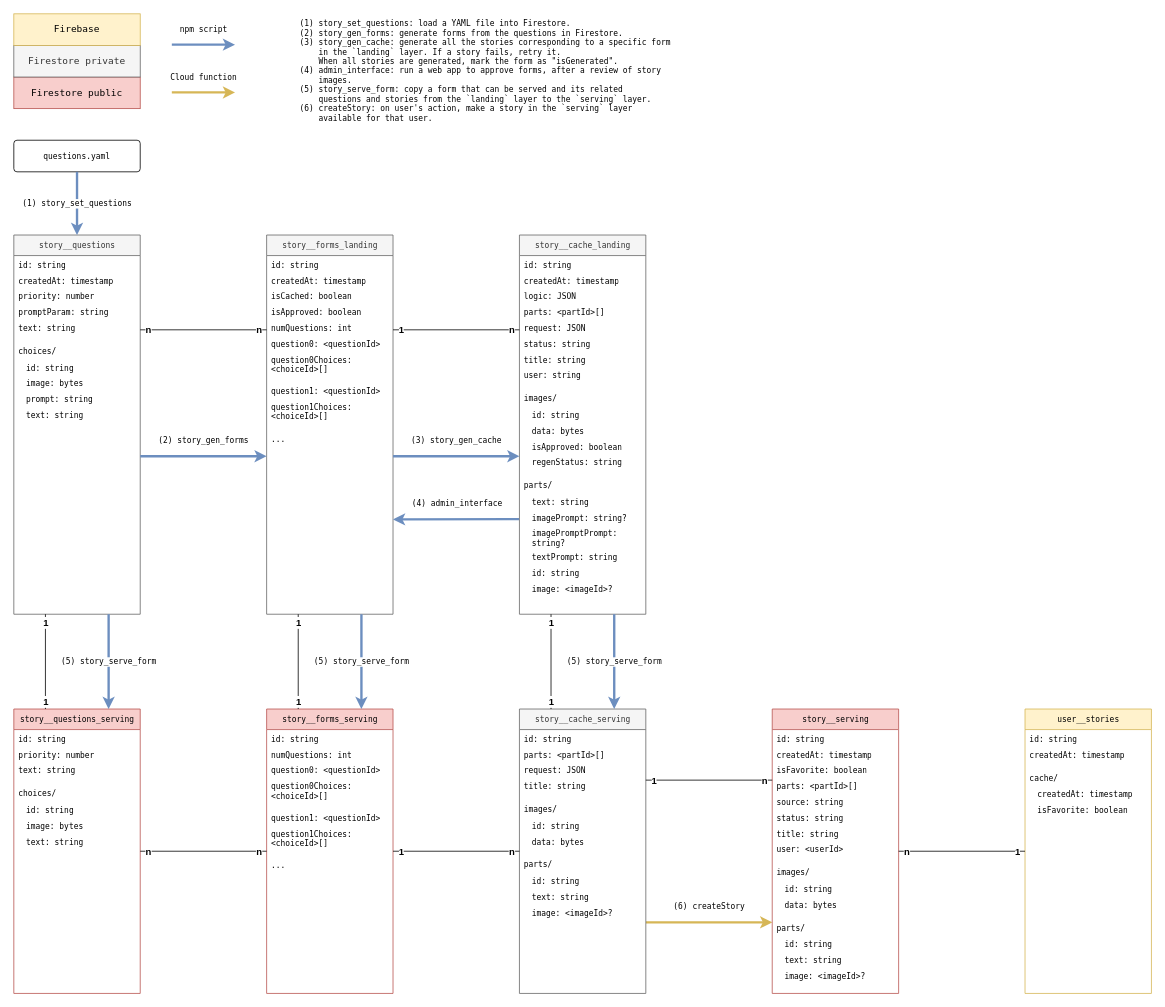
Before: doc/data_flow.drawio in AceZz/bedtime-writer, a draw.io diagram. Source tidied: cells renumbered, new cells numbered last; positions are measured from the earlier drawing's top-left corner, leaving out a move shared by most shapes. Both pictures are drawn from the tidied source at 79%, with x=0, y=0 at pixel (13, 13).
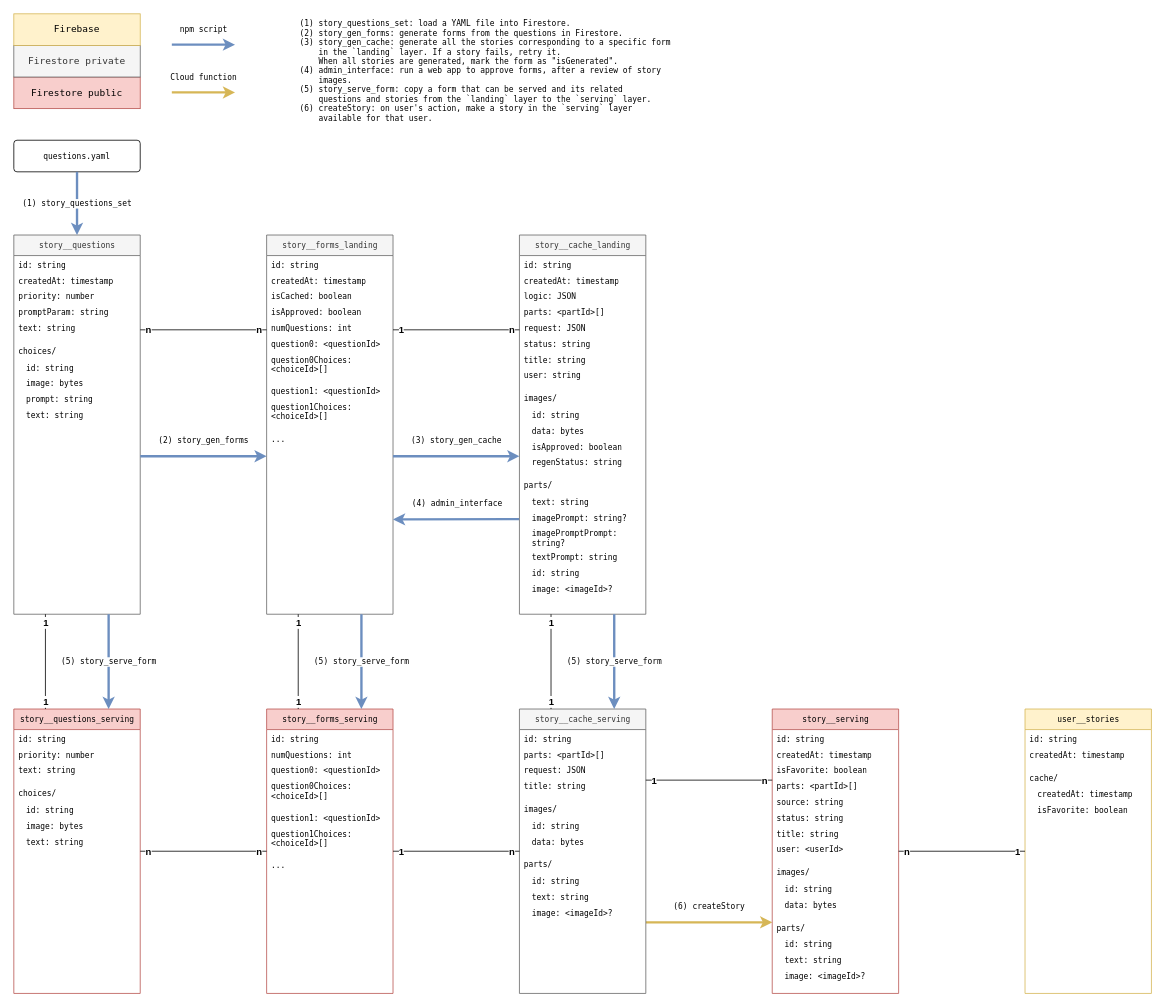
Above is the later version.

Commit message (it also covers changes not shown here):
refactor(backend): rename story_set_questions

The change refers to these unchanged cells:
```xml
<mxCell id="2" value="story__questions" style="swimlane;html=1;fontStyle=0;horizontal=1;startSize=26;swimlaneFillColor=#ffffff;rounded=0;shadow=0;comic=0;labelBackgroundColor=none;strokeWidth=1;fontFamily=Lucida Console;fontSize=10;align=center;fillColor=#f5f5f5;strokeColor=#666666;swimlaneLine=1;glass=0;fontColor=#333333;" parent="1" vertex="1">
  <mxGeometry y="280" width="160" height="480" as="geometry" />
</mxCell>
<mxCell id="112" value="questions.yaml" style="rounded=1;arcSize=10;whiteSpace=wrap;html=1;align=center;fontFamily=Lucida Console;fontSize=10;" parent="1" vertex="1">
  <mxGeometry y="160" width="160" height="40" as="geometry" />
</mxCell>
```

Diff of the diagram source:
```diff
@@
-    <mxCell id="113" value="(1) story_set_questions" style="endArrow=classic;html=1;rounded=0;endFill=1;fontFamily=Lucida Console;fontSize=10;strokeWidth=3;fillColor=#dae8fc;strokeColor=#6c8ebf;" parent="1" edge="1" source="112" target="2">
+    <mxCell id="113" value="(1) story_questions_set" style="endArrow=classic;html=1;rounded=0;endFill=1;fontFamily=Lucida Console;fontSize=10;strokeWidth=3;fillColor=#dae8fc;strokeColor=#6c8ebf;" parent="1" edge="1" source="112" target="2">
       <mxGeometry relative="1" as="geometry" />
     </mxCell>
@@
-    <mxCell id="127" value="(1) story_set_questions: load a YAML file into Firestore.&lt;br&gt;(2) story_gen_forms: generate forms from the questions in Firestore.&lt;br&gt;(3) story_gen_cache: generate all the stories corresponding to a specific form&lt;br&gt;&amp;nbsp; &amp;nbsp; in the `landing` layer. If a story fails, retry it.&lt;br&gt;&amp;nbsp;&amp;nbsp;&amp;nbsp; When all stories are generated, mark the form as &quot;isGenerated&quot;.&lt;br&gt;(4) admin_interface: run a web app to approve forms, after a review of story &lt;br&gt;&amp;nbsp; &amp;nbsp; images.&lt;br&gt;(5) story_serve_form: copy a form that can be served and its related&lt;br&gt;&amp;nbsp;&amp;nbsp;&amp;nbsp; questions and stories from the `landing` layer to the `serving` layer.&lt;br&gt;&lt;div&gt;(6) createStory: on user's action, make a story in the `serving` layer&lt;/div&gt;&lt;div&gt;&amp;nbsp;&amp;nbsp;&amp;nbsp; available for that user.&lt;/div&gt;" style="text;html=1;strokeColor=none;fillColor=none;align=left;verticalAlign=top;whiteSpace=wrap;rounded=0;fontFamily=Lucida Console;fontSize=10;" parent="1" vertex="1">
+    <mxCell id="127" value="(1) story_questions_set: load a YAML file into Firestore.&lt;br&gt;(2) story_gen_forms: generate forms from the questions in Firestore.&lt;br&gt;(3) story_gen_cache: generate all the stories corresponding to a specific form&lt;br&gt;&amp;nbsp; &amp;nbsp; in the `landing` layer. If a story fails, retry it.&lt;br&gt;&amp;nbsp;&amp;nbsp;&amp;nbsp; When all stories are generated, mark the form as &quot;isGenerated&quot;.&lt;br&gt;(4) admin_interface: run a web app to approve forms, after a review of story &lt;br&gt;&amp;nbsp; &amp;nbsp; images.&lt;br&gt;(5) story_serve_form: copy a form that can be served and its related&lt;br&gt;&amp;nbsp;&amp;nbsp;&amp;nbsp; questions and stories from the `landing` layer to the `serving` layer.&lt;br&gt;&lt;div&gt;(6) createStory: on user's action, make a story in the `serving` layer&lt;/div&gt;&lt;div&gt;&amp;nbsp;&amp;nbsp;&amp;nbsp; available for that user.&lt;/div&gt;" style="text;html=1;strokeColor=none;fillColor=none;align=left;verticalAlign=top;whiteSpace=wrap;rounded=0;fontFamily=Lucida Console;fontSize=10;" parent="1" vertex="1">
       <mxGeometry x="360" width="480" height="120" as="geometry" />
     </mxCell>
```
